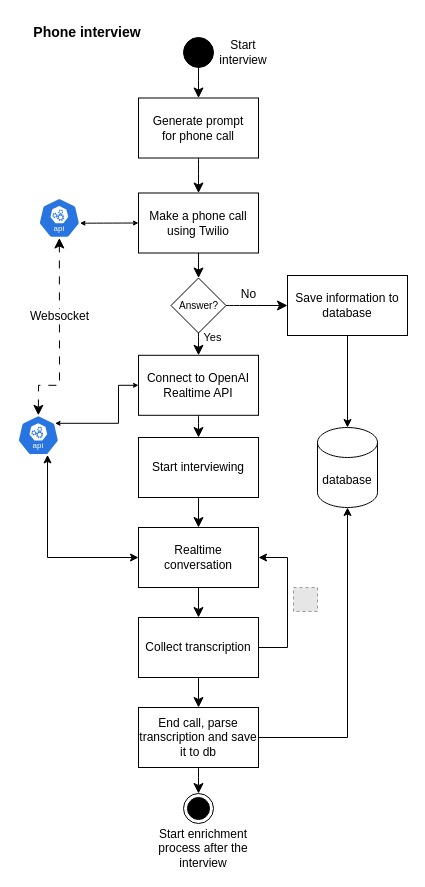
Above: page "Phone_Interview" (11 of 17) of plans/newsroom_suunnitelmat.drawio in JoniHonkanen/newsroom (draw.io), before the change. Source tidied: cells renumbered, new cells numbered last; positions are measured from the earlier drawing's top-left corner, leaving out a move shared by most shapes. Both pictures are drawn from the tidied source at 100%, with x=0, y=0 at pixel (17, 17). Pictures stored in the file or linked from it are replaced by grey dashed boxes.
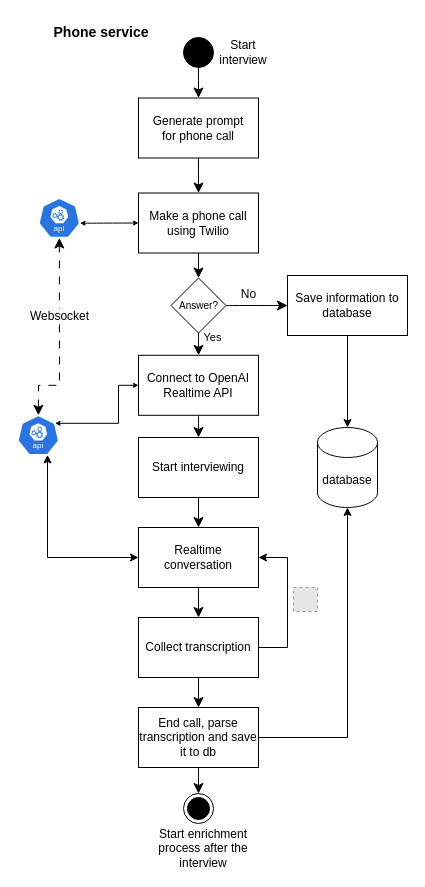
After the change.

The edit, as a diff of the source:
```diff
@@
-    <mxCell id="32" value="&lt;b&gt;&lt;font style=&quot;font-size: 14px;&quot;&gt;Phone interview&lt;/font&gt;&lt;/b&gt;" style="text;html=1;whiteSpace=wrap;strokeColor=none;fillColor=none;align=center;verticalAlign=middle;rounded=0;" parent="1" vertex="1">
-      <mxGeometry width="140" height="30" as="geometry" />
+    <mxCell id="32" value="&lt;span style=&quot;font-size: 14px;&quot;&gt;&lt;b&gt;Phone service&lt;/b&gt;&lt;/span&gt;" style="text;html=1;whiteSpace=wrap;strokeColor=none;fillColor=none;align=center;verticalAlign=middle;rounded=0;" parent="1" vertex="1">
+      <mxGeometry x="13.5" width="140" height="30" as="geometry" />
     </mxCell>
```
